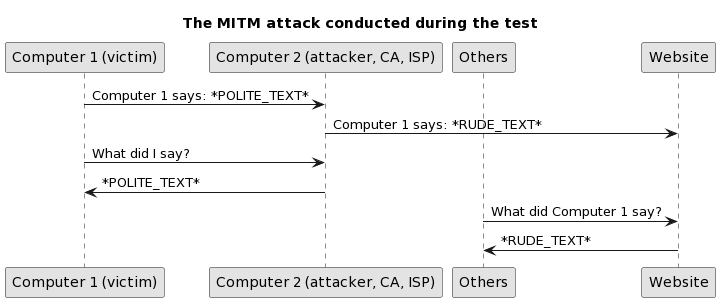
Earlier version of the PlantUML export paper/graphics/puml/mitm-attack.png (YongBinnnnnnnnnnnnnnnnnnnnnnnnnnnnnnnnn/hood).
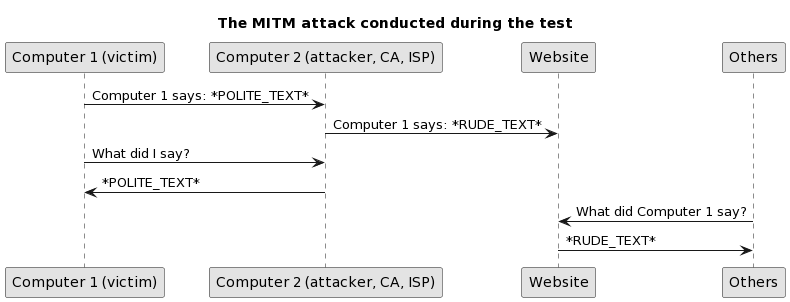
The same file after the commit.

Change to the diagram source:
```diff
@@ -7,8 +7,8 @@
 title The MITM attack conducted during the test
 participant "Computer 1 (victim)" as victim
 participant "Computer 2 (attacker, CA, ISP)" as attacker
+participant "Website"
 participant Others
-participant "Website"
 
 victim -> attacker: Computer 1 says: *POLITE_TEXT*
 attacker -> Website: Computer 1 says: *RUDE_TEXT*
```
